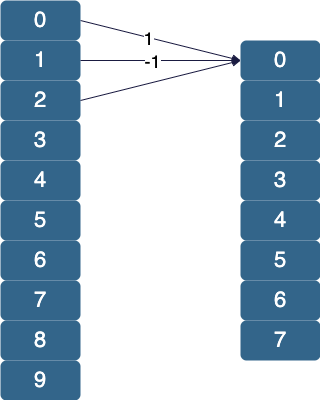
This is bypass/polychronisation_enc.png from max-talanov/1, a draw.io export, as it was before one commit. Source tidied: cells renumbered, new cells last; positions are measured from the earlier drawing's top-left corner, leaving out a move shared by most shapes. Its diagram source:
```xml
<mxGraphModel>
  <root>
    <mxCell id="0" />
    <mxCell id="1" parent="0" />
    <mxCell id="2" value="1" style="rounded=1;whiteSpace=wrap;html=1;fontSize=22;fillColor=#33658A;strokeColor=none;fontColor=#FFFFFF;" parent="1" vertex="1">
      <mxGeometry y="40" width="80" height="40" as="geometry" />
    </mxCell>
    <mxCell id="3" value="2" style="rounded=1;whiteSpace=wrap;html=1;fontSize=22;fillColor=#33658A;strokeColor=none;fontColor=#FFFFFF;" parent="1" vertex="1">
      <mxGeometry y="80" width="80" height="40" as="geometry" />
    </mxCell>
    <mxCell id="4" value="3" style="rounded=1;whiteSpace=wrap;html=1;fontSize=22;fillColor=#33658A;strokeColor=none;fontColor=#FFFFFF;" parent="1" vertex="1">
      <mxGeometry y="120" width="80" height="40" as="geometry" />
    </mxCell>
    <mxCell id="5" value="4" style="rounded=1;whiteSpace=wrap;html=1;fontSize=22;fillColor=#33658A;strokeColor=none;fontColor=#FFFFFF;" parent="1" vertex="1">
      <mxGeometry y="160" width="80" height="40" as="geometry" />
    </mxCell>
    <mxCell id="6" value="5" style="rounded=1;whiteSpace=wrap;html=1;fontSize=22;fillColor=#33658A;strokeColor=none;fontColor=#FFFFFF;" parent="1" vertex="1">
      <mxGeometry y="200" width="80" height="40" as="geometry" />
    </mxCell>
    <mxCell id="7" value="6" style="rounded=1;whiteSpace=wrap;html=1;fontSize=22;fillColor=#33658A;strokeColor=none;fontColor=#FFFFFF;" parent="1" vertex="1">
      <mxGeometry y="240" width="80" height="40" as="geometry" />
    </mxCell>
    <mxCell id="8" value="7" style="rounded=1;whiteSpace=wrap;html=1;fontSize=22;fillColor=#33658A;strokeColor=none;fontColor=#FFFFFF;" parent="1" vertex="1">
      <mxGeometry y="280" width="80" height="40" as="geometry" />
    </mxCell>
    <mxCell id="9" value="8" style="rounded=1;whiteSpace=wrap;html=1;fontSize=22;fillColor=#33658A;strokeColor=none;fontColor=#FFFFFF;" parent="1" vertex="1">
      <mxGeometry y="320" width="80" height="40" as="geometry" />
    </mxCell>
    <mxCell id="10" value="9" style="rounded=1;whiteSpace=wrap;html=1;fontSize=22;fillColor=#33658A;strokeColor=none;fontColor=#FFFFFF;" parent="1" vertex="1">
      <mxGeometry y="360" width="80" height="40" as="geometry" />
    </mxCell>
    <mxCell id="11" style="rounded=1;jettySize=auto;html=1;strokeColor=#1A1B41;exitX=1;exitY=0.5;exitDx=0;exitDy=0;" parent="1" edge="1" source="13">
      <mxGeometry relative="1" as="geometry">
        <mxPoint x="240" y="60" as="targetPoint" />
      </mxGeometry>
    </mxCell>
    <mxCell id="12" value="1" style="edgeLabel;html=1;align=center;verticalAlign=middle;fontSize=18;" parent="11" vertex="1">
      <mxGeometry x="-0.16" y="-1" relative="1" as="geometry">
        <mxPoint x="1" as="offset" />
      </mxGeometry>
    </mxCell>
    <mxCell id="13" value="0" style="rounded=1;whiteSpace=wrap;html=1;fontSize=22;fillColor=#33658A;strokeColor=none;fontColor=#FFFFFF;" parent="1" vertex="1">
      <mxGeometry width="80" height="40" as="geometry" />
    </mxCell>
    <mxCell id="14" value="1" style="rounded=1;whiteSpace=wrap;html=1;fontSize=22;fillColor=#33658A;strokeColor=none;fontColor=#FFFFFF;" parent="1" vertex="1">
      <mxGeometry x="240" y="80" width="80" height="40" as="geometry" />
    </mxCell>
    <mxCell id="15" value="2" style="rounded=1;whiteSpace=wrap;html=1;fontSize=22;fillColor=#33658A;strokeColor=none;fontColor=#FFFFFF;" parent="1" vertex="1">
      <mxGeometry x="240" y="120" width="80" height="40" as="geometry" />
    </mxCell>
    <mxCell id="16" value="3" style="rounded=1;whiteSpace=wrap;html=1;fontSize=22;fillColor=#33658A;strokeColor=none;fontColor=#FFFFFF;" parent="1" vertex="1">
      <mxGeometry x="240" y="160" width="80" height="40" as="geometry" />
    </mxCell>
    <mxCell id="17" value="4" style="rounded=1;whiteSpace=wrap;html=1;fontSize=22;fillColor=#33658A;strokeColor=none;fontColor=#FFFFFF;" parent="1" vertex="1">
      <mxGeometry x="240" y="200" width="80" height="40" as="geometry" />
    </mxCell>
    <mxCell id="18" value="5" style="rounded=1;whiteSpace=wrap;html=1;fontSize=22;fillColor=#33658A;strokeColor=none;fontColor=#FFFFFF;" parent="1" vertex="1">
      <mxGeometry x="240" y="240" width="80" height="40" as="geometry" />
    </mxCell>
    <mxCell id="19" value="6" style="rounded=1;whiteSpace=wrap;html=1;fontSize=22;fillColor=#33658A;strokeColor=none;fontColor=#FFFFFF;" parent="1" vertex="1">
      <mxGeometry x="240" y="280" width="80" height="40" as="geometry" />
    </mxCell>
    <mxCell id="20" value="7" style="rounded=1;whiteSpace=wrap;html=1;fontSize=22;fillColor=#33658A;strokeColor=none;fontColor=#FFFFFF;" parent="1" vertex="1">
      <mxGeometry x="240" y="320" width="80" height="40" as="geometry" />
    </mxCell>
    <mxCell id="21" value="0" style="rounded=1;whiteSpace=wrap;html=1;fontSize=22;fillColor=#33658A;strokeColor=none;fontColor=#FFFFFF;" parent="1" vertex="1">
      <mxGeometry x="240" y="40" width="80" height="40" as="geometry" />
    </mxCell>
    <mxCell id="22" style="rounded=1;jettySize=auto;html=1;strokeColor=#1A1B41;" parent="1" edge="1" source="2" target="21">
      <mxGeometry relative="1" as="geometry" />
    </mxCell>
    <mxCell id="23" value="-1" style="edgeLabel;html=1;align=center;verticalAlign=middle;fontSize=18;" parent="22" vertex="1">
      <mxGeometry x="-0.11" relative="1" as="geometry" />
    </mxCell>
    <mxCell id="24" style="rounded=1;jettySize=auto;html=1;strokeColor=#1A1B41;exitX=1;exitY=0.5;exitDx=0;exitDy=0;entryX=0;entryY=0.5;entryDx=0;entryDy=0;" parent="1" edge="1" source="3" target="21">
      <mxGeometry relative="1" as="geometry" />
    </mxCell>
  </root>
</mxGraphModel>
```
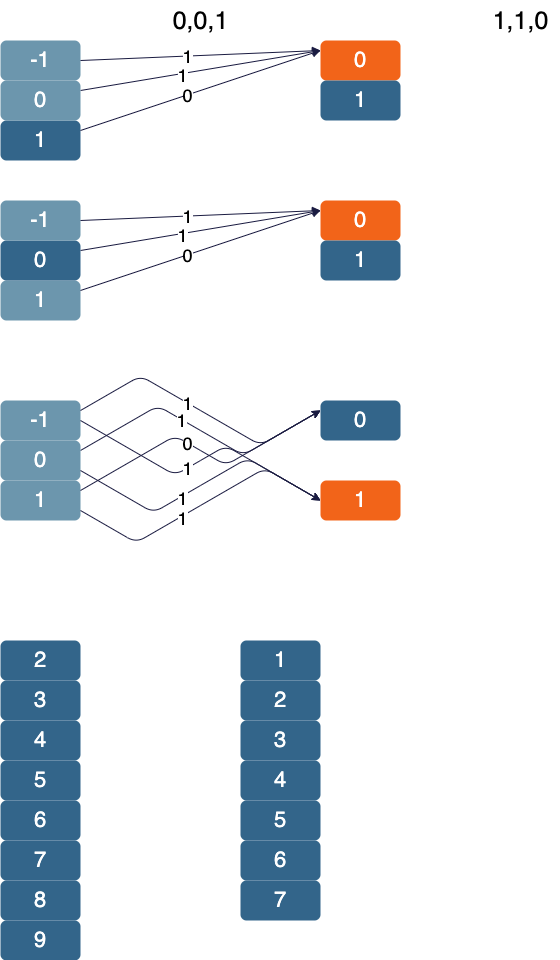
The same file after the commit.

Commit message:
started polychronization enc dia

Diff of the diagram source:
```diff
@@ -3,7 +3,7 @@
     <mxCell id="0" />
     <mxCell id="1" parent="0" />
     <mxCell id="2" value="1" style="rounded=1;whiteSpace=wrap;html=1;fontSize=22;fillColor=#33658A;strokeColor=none;fontColor=#FFFFFF;" parent="1" vertex="1">
-      <mxGeometry y="40" width="80" height="40" as="geometry" />
+      <mxGeometry y="-440" width="80" height="40" as="geometry" />
     </mxCell>
     <mxCell id="3" value="2" style="rounded=1;whiteSpace=wrap;html=1;fontSize=22;fillColor=#33658A;strokeColor=none;fontColor=#FFFFFF;" parent="1" vertex="1">
       <mxGeometry y="80" width="80" height="40" as="geometry" />
@@ -29,18 +29,16 @@
     <mxCell id="10" value="9" style="rounded=1;whiteSpace=wrap;html=1;fontSize=22;fillColor=#33658A;strokeColor=none;fontColor=#FFFFFF;" parent="1" vertex="1">
       <mxGeometry y="360" width="80" height="40" as="geometry" />
     </mxCell>
-    <mxCell id="11" style="rounded=1;jettySize=auto;html=1;strokeColor=#1A1B41;exitX=1;exitY=0.5;exitDx=0;exitDy=0;" parent="1" edge="1" source="13">
-      <mxGeometry relative="1" as="geometry">
-        <mxPoint x="240" y="60" as="targetPoint" />
-      </mxGeometry>
+    <mxCell id="11" style="rounded=1;jettySize=auto;html=1;strokeColor=#1A1B41;exitX=1;exitY=0.25;exitDx=0;exitDy=0;entryX=0;entryY=0.25;entryDx=0;entryDy=0;entryPerimeter=0;" parent="1" edge="1" source="13" target="26">
+      <mxGeometry relative="1" as="geometry" />
     </mxCell>
     <mxCell id="12" value="1" style="edgeLabel;html=1;align=center;verticalAlign=middle;fontSize=18;" parent="11" vertex="1">
       <mxGeometry x="-0.16" y="-1" relative="1" as="geometry">
         <mxPoint x="1" as="offset" />
       </mxGeometry>
     </mxCell>
-    <mxCell id="13" value="0" style="rounded=1;whiteSpace=wrap;html=1;fontSize=22;fillColor=#33658A;strokeColor=none;fontColor=#FFFFFF;" parent="1" vertex="1">
-      <mxGeometry width="80" height="40" as="geometry" />
+    <mxCell id="13" value="0" style="rounded=1;whiteSpace=wrap;html=1;fontSize=22;fillColor=#6C96AD;strokeColor=none;fontColor=#FFFFFF;" parent="1" vertex="1">
+      <mxGeometry y="-480" width="80" height="40" as="geometry" />
     </mxCell>
     <mxCell id="14" value="1" style="rounded=1;whiteSpace=wrap;html=1;fontSize=22;fillColor=#33658A;strokeColor=none;fontColor=#FFFFFF;" parent="1" vertex="1">
       <mxGeometry x="240" y="80" width="80" height="40" as="geometry" />
@@ -63,17 +61,124 @@
     <mxCell id="20" value="7" style="rounded=1;whiteSpace=wrap;html=1;fontSize=22;fillColor=#33658A;strokeColor=none;fontColor=#FFFFFF;" parent="1" vertex="1">
       <mxGeometry x="240" y="320" width="80" height="40" as="geometry" />
     </mxCell>
-    <mxCell id="21" value="0" style="rounded=1;whiteSpace=wrap;html=1;fontSize=22;fillColor=#33658A;strokeColor=none;fontColor=#FFFFFF;" parent="1" vertex="1">
-      <mxGeometry x="240" y="40" width="80" height="40" as="geometry" />
-    </mxCell>
-    <mxCell id="22" style="rounded=1;jettySize=auto;html=1;strokeColor=#1A1B41;" parent="1" edge="1" source="2" target="21">
+    <mxCell id="22" style="rounded=1;jettySize=auto;html=1;strokeColor=#1A1B41;entryX=0;entryY=0.25;entryDx=0;entryDy=0;exitX=1;exitY=0.25;exitDx=0;exitDy=0;" parent="1" edge="1" source="2" target="26">
       <mxGeometry relative="1" as="geometry" />
     </mxCell>
-    <mxCell id="23" value="-1" style="edgeLabel;html=1;align=center;verticalAlign=middle;fontSize=18;" parent="22" vertex="1">
+    <mxCell id="23" value="0" style="edgeLabel;html=1;align=center;verticalAlign=middle;fontSize=18;" parent="22" vertex="1">
       <mxGeometry x="-0.11" relative="1" as="geometry" />
     </mxCell>
-    <mxCell id="24" style="rounded=1;jettySize=auto;html=1;strokeColor=#1A1B41;exitX=1;exitY=0.5;exitDx=0;exitDy=0;entryX=0;entryY=0.5;entryDx=0;entryDy=0;" parent="1" edge="1" source="3" target="21">
-      <mxGeometry relative="1" as="geometry" />
-    </mxCell>
+    <mxCell id="25" value="1,1,0" style="text;html=1;align=center;verticalAlign=middle;strokeColor=none;fillColor=none;fontSize=25;" parent="1" vertex="1">
+      <mxGeometry x="480" y="-560" width="80" height="40" as="geometry" />
+    </mxCell>
+    <mxCell id="26" value="0" style="rounded=1;whiteSpace=wrap;html=1;fontSize=22;fillColor=#F26419;strokeColor=none;fontColor=#FFFFFF;" parent="1" vertex="1">
+      <mxGeometry x="320" y="-520" width="80" height="40" as="geometry" />
+    </mxCell>
+    <mxCell id="27" value="1" style="rounded=1;whiteSpace=wrap;html=1;fontSize=22;fillColor=#33658A;strokeColor=none;fontColor=#FFFFFF;" parent="1" vertex="1">
+      <mxGeometry x="320" y="-480" width="80" height="40" as="geometry" />
+    </mxCell>
+    <mxCell id="28" value="0,0,1" style="text;html=1;align=center;verticalAlign=middle;strokeColor=none;fillColor=none;fontSize=25;" parent="1" vertex="1">
+      <mxGeometry x="160" y="-560" width="80" height="40" as="geometry" />
+    </mxCell>
+    <mxCell id="29" value="1" style="rounded=1;whiteSpace=wrap;html=1;fontSize=22;fillColor=#6C96AD;strokeColor=none;fontColor=#FFFFFF;" parent="1" vertex="1">
+      <mxGeometry y="-280" width="80" height="40" as="geometry" />
+    </mxCell>
+    <mxCell id="30" style="rounded=1;jettySize=auto;html=1;strokeColor=#1A1B41;exitX=1;exitY=0.25;exitDx=0;exitDy=0;entryX=0;entryY=0.25;entryDx=0;entryDy=0;entryPerimeter=0;" parent="1" edge="1" source="32" target="35">
+      <mxGeometry relative="1" as="geometry" />
+    </mxCell>
+    <mxCell id="31" value="1" style="edgeLabel;html=1;align=center;verticalAlign=middle;fontSize=18;" parent="30" vertex="1">
+      <mxGeometry x="-0.16" y="-1" relative="1" as="geometry">
+        <mxPoint x="1" as="offset" />
+      </mxGeometry>
+    </mxCell>
+    <mxCell id="32" value="0" style="rounded=1;whiteSpace=wrap;html=1;fontSize=22;fillColor=#33658A;strokeColor=none;fontColor=#FFFFFF;" parent="1" vertex="1">
+      <mxGeometry y="-320" width="80" height="40" as="geometry" />
+    </mxCell>
+    <mxCell id="33" style="rounded=1;jettySize=auto;html=1;strokeColor=#1A1B41;entryX=0;entryY=0.25;entryDx=0;entryDy=0;exitX=1;exitY=0.25;exitDx=0;exitDy=0;" parent="1" edge="1" source="29" target="35">
+      <mxGeometry relative="1" as="geometry" />
+    </mxCell>
+    <mxCell id="34" value="0" style="edgeLabel;html=1;align=center;verticalAlign=middle;fontSize=18;" parent="33" vertex="1">
+      <mxGeometry x="-0.11" relative="1" as="geometry" />
+    </mxCell>
+    <mxCell id="35" value="0" style="rounded=1;whiteSpace=wrap;html=1;fontSize=22;fillColor=#F26419;strokeColor=none;fontColor=#FFFFFF;" parent="1" vertex="1">
+      <mxGeometry x="320" y="-360" width="80" height="40" as="geometry" />
+    </mxCell>
+    <mxCell id="36" value="1" style="rounded=1;whiteSpace=wrap;html=1;fontSize=22;fillColor=#33658A;strokeColor=none;fontColor=#FFFFFF;" parent="1" vertex="1">
+      <mxGeometry x="320" y="-320" width="80" height="40" as="geometry" />
+    </mxCell>
+    <mxCell id="37" value="1" style="rounded=1;whiteSpace=wrap;html=1;fontSize=22;fillColor=#6C96AD;strokeColor=none;fontColor=#FFFFFF;" parent="1" vertex="1">
+      <mxGeometry y="-80" width="80" height="40" as="geometry" />
+    </mxCell>
+    <mxCell id="38" style="rounded=1;jettySize=auto;html=1;strokeColor=#1A1B41;exitX=1;exitY=0.25;exitDx=0;exitDy=0;entryX=0;entryY=0.25;entryDx=0;entryDy=0;entryPerimeter=0;edgeStyle=isometricEdgeStyle;" parent="1" edge="1" source="40" target="43">
+      <mxGeometry relative="1" as="geometry" />
+    </mxCell>
+    <mxCell id="39" value="1" style="edgeLabel;html=1;align=center;verticalAlign=middle;fontSize=18;" parent="38" vertex="1">
+      <mxGeometry x="-0.16" y="-1" relative="1" as="geometry">
+        <mxPoint x="1" as="offset" />
+      </mxGeometry>
+    </mxCell>
+    <mxCell id="40" value="0" style="rounded=1;whiteSpace=wrap;html=1;fontSize=22;fillColor=#6C96AD;strokeColor=none;fontColor=#FFFFFF;" parent="1" vertex="1">
+      <mxGeometry y="-120" width="80" height="40" as="geometry" />
+    </mxCell>
+    <mxCell id="41" style="rounded=1;jettySize=auto;html=1;strokeColor=#1A1B41;entryX=0;entryY=0.25;entryDx=0;entryDy=0;exitX=1;exitY=0.25;exitDx=0;exitDy=0;edgeStyle=isometricEdgeStyle;" parent="1" edge="1" source="37" target="43">
+      <mxGeometry relative="1" as="geometry" />
+    </mxCell>
+    <mxCell id="42" value="0" style="edgeLabel;html=1;align=center;verticalAlign=middle;fontSize=18;" parent="41" vertex="1">
+      <mxGeometry x="-0.11" relative="1" as="geometry" />
+    </mxCell>
+    <mxCell id="43" value="0" style="rounded=1;whiteSpace=wrap;html=1;fontSize=22;fillColor=#33658A;strokeColor=none;fontColor=#FFFFFF;" parent="1" vertex="1">
+      <mxGeometry x="320" y="-160" width="80" height="40" as="geometry" />
+    </mxCell>
+    <mxCell id="44" value="1" style="rounded=1;whiteSpace=wrap;html=1;fontSize=22;fillColor=#F26419;strokeColor=none;fontColor=#FFFFFF;" parent="1" vertex="1">
+      <mxGeometry x="320" y="-80" width="80" height="40" as="geometry" />
+    </mxCell>
+    <mxCell id="45" style="rounded=1;jettySize=auto;html=1;strokeColor=#1A1B41;exitX=1;exitY=0.75;exitDx=0;exitDy=0;entryX=0;entryY=0.5;entryDx=0;entryDy=0;edgeStyle=isometricEdgeStyle;elbow=vertical;" parent="1" edge="1" source="40" target="44">
+      <mxGeometry relative="1" as="geometry" />
+    </mxCell>
+    <mxCell id="46" value="1" style="edgeLabel;html=1;align=center;verticalAlign=middle;fontSize=18;" parent="45" vertex="1">
+      <mxGeometry x="-0.16" y="-1" relative="1" as="geometry">
+        <mxPoint x="1" as="offset" />
+      </mxGeometry>
+    </mxCell>
+    <mxCell id="47" style="rounded=1;jettySize=auto;html=1;strokeColor=#1A1B41;exitX=1;exitY=0.75;exitDx=0;exitDy=0;entryX=0;entryY=0.5;entryDx=0;entryDy=0;edgeStyle=isometricEdgeStyle;elbow=vertical;" parent="1" edge="1" source="37" target="44">
+      <mxGeometry relative="1" as="geometry" />
+    </mxCell>
+    <mxCell id="48" value="1" style="edgeLabel;html=1;align=center;verticalAlign=middle;fontSize=18;" parent="47" vertex="1">
+      <mxGeometry x="-0.16" y="-1" relative="1" as="geometry">
+        <mxPoint x="1" as="offset" />
+      </mxGeometry>
+    </mxCell>
+    <mxCell id="49" value="-1" style="rounded=1;whiteSpace=wrap;html=1;fontSize=22;fillColor=#6C96AD;strokeColor=none;fontColor=#FFFFFF;" parent="1" vertex="1">
+      <mxGeometry y="-520" width="80" height="40" as="geometry" />
+    </mxCell>
+    <mxCell id="50" style="rounded=1;jettySize=auto;html=1;strokeColor=#1A1B41;entryX=0;entryY=0.25;entryDx=0;entryDy=0;exitX=1;exitY=0.5;exitDx=0;exitDy=0;" parent="1" edge="1" source="49" target="26">
+      <mxGeometry relative="1" as="geometry" />
+    </mxCell>
+    <mxCell id="51" value="1" style="edgeLabel;html=1;align=center;verticalAlign=middle;fontSize=18;" parent="50" vertex="1">
+      <mxGeometry x="-0.11" relative="1" as="geometry" />
+    </mxCell>
+    <mxCell id="52" value="-1" style="rounded=1;whiteSpace=wrap;html=1;fontSize=22;fillColor=#6C96AD;strokeColor=none;fontColor=#FFFFFF;" parent="1" vertex="1">
+      <mxGeometry y="-360" width="80" height="40" as="geometry" />
+    </mxCell>
+    <mxCell id="53" style="rounded=1;jettySize=auto;html=1;strokeColor=#1A1B41;entryX=0;entryY=0.25;entryDx=0;entryDy=0;exitX=1;exitY=0.5;exitDx=0;exitDy=0;" parent="1" edge="1" source="52" target="35">
+      <mxGeometry relative="1" as="geometry" />
+    </mxCell>
+    <mxCell id="54" value="1" style="edgeLabel;html=1;align=center;verticalAlign=middle;fontSize=18;" parent="53" vertex="1">
+      <mxGeometry x="-0.11" relative="1" as="geometry" />
+    </mxCell>
+    <mxCell id="55" value="-1" style="rounded=1;whiteSpace=wrap;html=1;fontSize=22;fillColor=#6C96AD;strokeColor=none;fontColor=#FFFFFF;" parent="1" vertex="1">
+      <mxGeometry y="-160" width="80" height="40" as="geometry" />
+    </mxCell>
+    <mxCell id="56" style="rounded=1;jettySize=auto;html=1;strokeColor=#1A1B41;entryX=0;entryY=0.5;entryDx=0;entryDy=0;exitX=1;exitY=0.5;exitDx=0;exitDy=0;edgeStyle=isometricEdgeStyle;elbow=vertical;" parent="1" edge="1" source="55" target="44">
+      <mxGeometry relative="1" as="geometry" />
+    </mxCell>
+    <mxCell id="57" value="1" style="edgeLabel;html=1;align=center;verticalAlign=middle;fontSize=18;" parent="56" vertex="1">
+      <mxGeometry x="-0.11" relative="1" as="geometry" />
+    </mxCell>
+    <mxCell id="58" style="rounded=1;jettySize=auto;html=1;strokeColor=#1A1B41;entryX=0;entryY=0.25;entryDx=0;entryDy=0;exitX=1;exitY=0.25;exitDx=0;exitDy=0;edgeStyle=isometricEdgeStyle;" parent="1" edge="1" source="55" target="43">
+      <mxGeometry relative="1" as="geometry" />
+    </mxCell>
+    <mxCell id="59" value="1" style="edgeLabel;html=1;align=center;verticalAlign=middle;fontSize=18;" parent="58" vertex="1">
+      <mxGeometry x="-0.11" relative="1" as="geometry" />
+    </mxCell>
   </root>
 </mxGraphModel>
```
